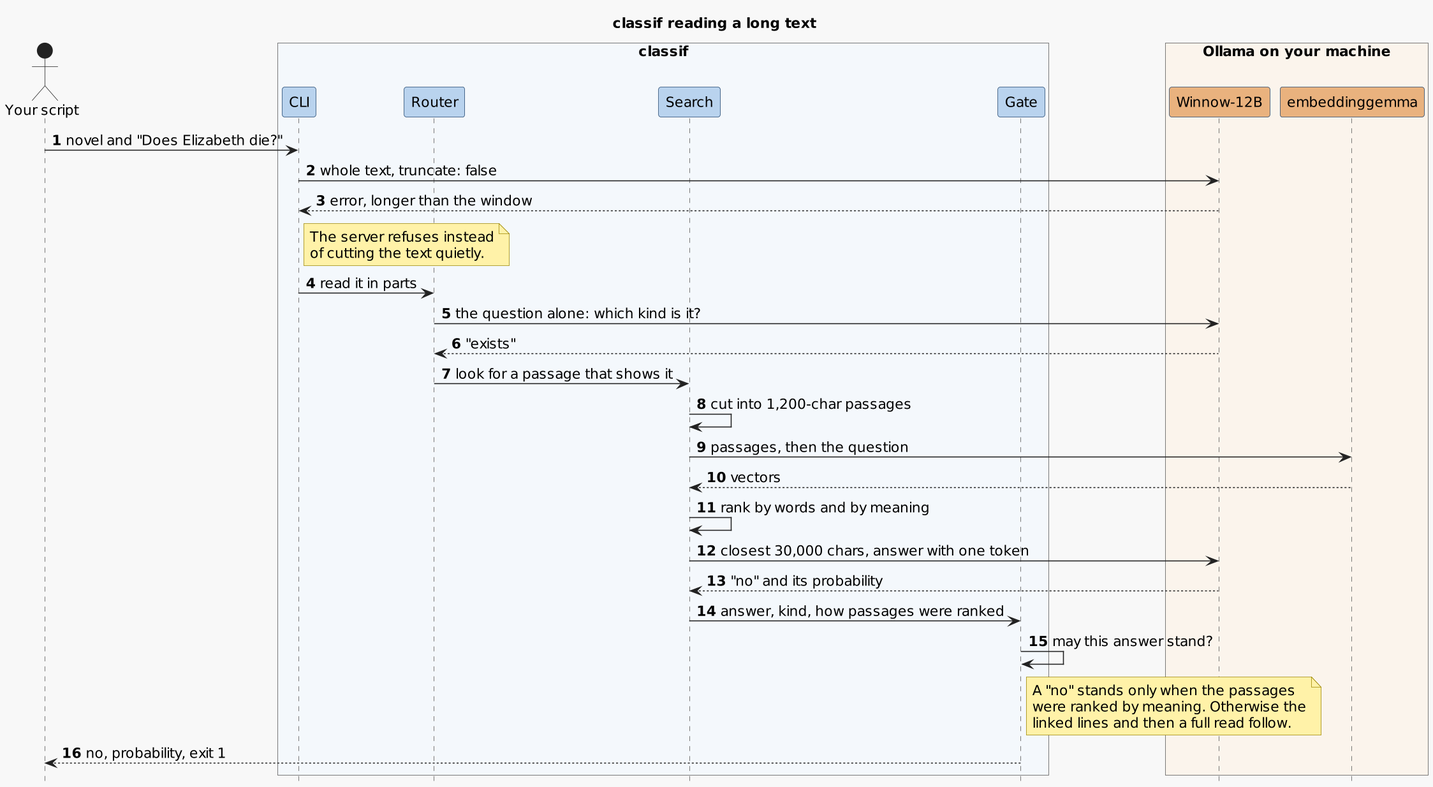
Piotr1215/cloudrumble keeps this PlantUML diagram as blog/_media/diagrams/classif-sequence.png. Above is the earlier version.
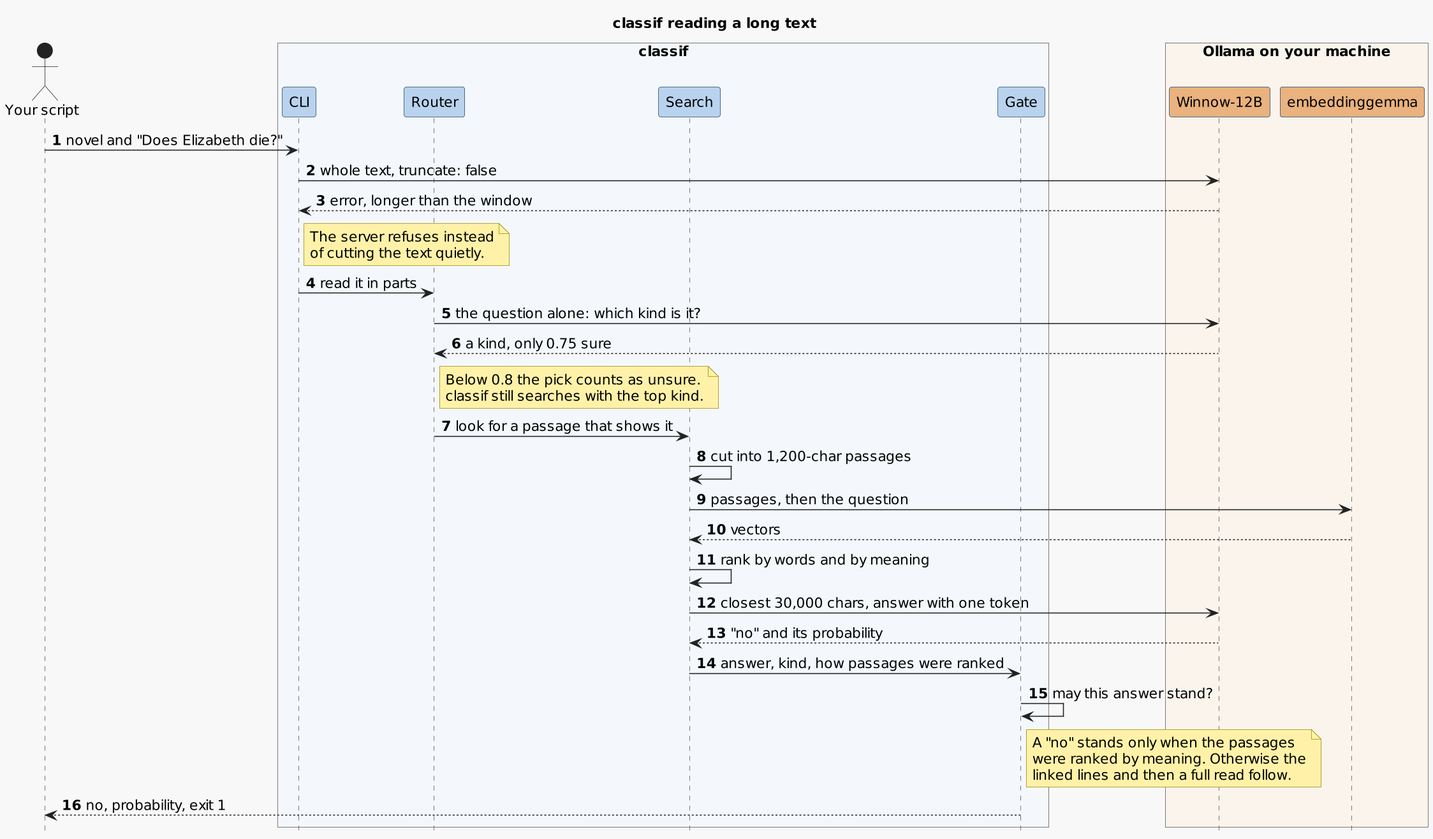
The same diagram one commit later.

Commit message:
docs(blog): correct the classif figures against a real run

The edit, as a diff of the source:
```diff
@@ -47,7 +47,11 @@
 end note
 cli -> router : read it in parts
 router -> judge : the question alone: which kind is it?
-judge --> router : "exists"
+judge --> router : a kind, only 0.75 sure
+note right of router
+  Below 0.8 the pick counts as unsure.
+  classif still searches with the top kind.
+end note
 router -> search : look for a passage that shows it
 search -> search : cut into 1,200-char passages
 search -> embed : passages, then the question
```
